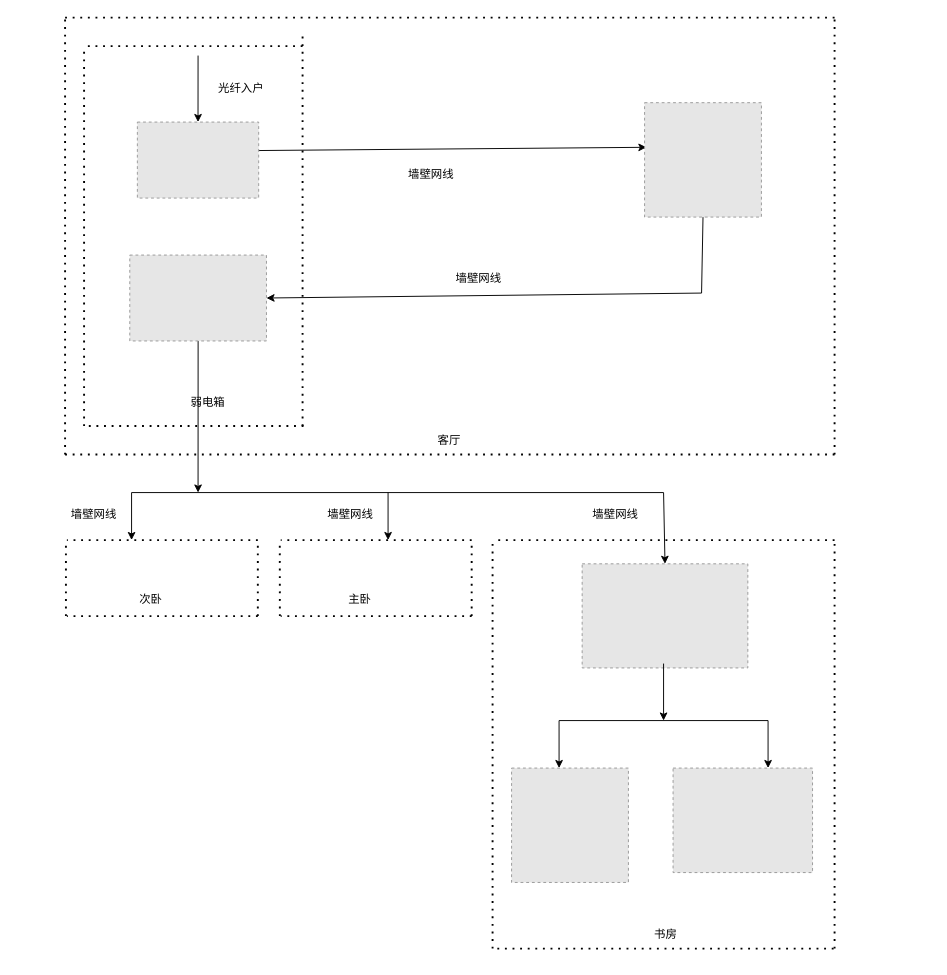
The draw.io diagram 未命名绘图.drawio in Leif160519/Books, before the edit. Source tidied: cells renumbered, new cells numbered last; positions are measured from the earlier drawing's top-left corner, leaving out a move shared by most shapes. Both pictures are drawn from the tidied source at 95%, with x=0, y=0 at pixel (60, 17). Pictures stored in the file or linked from it are replaced by grey dashed boxes.
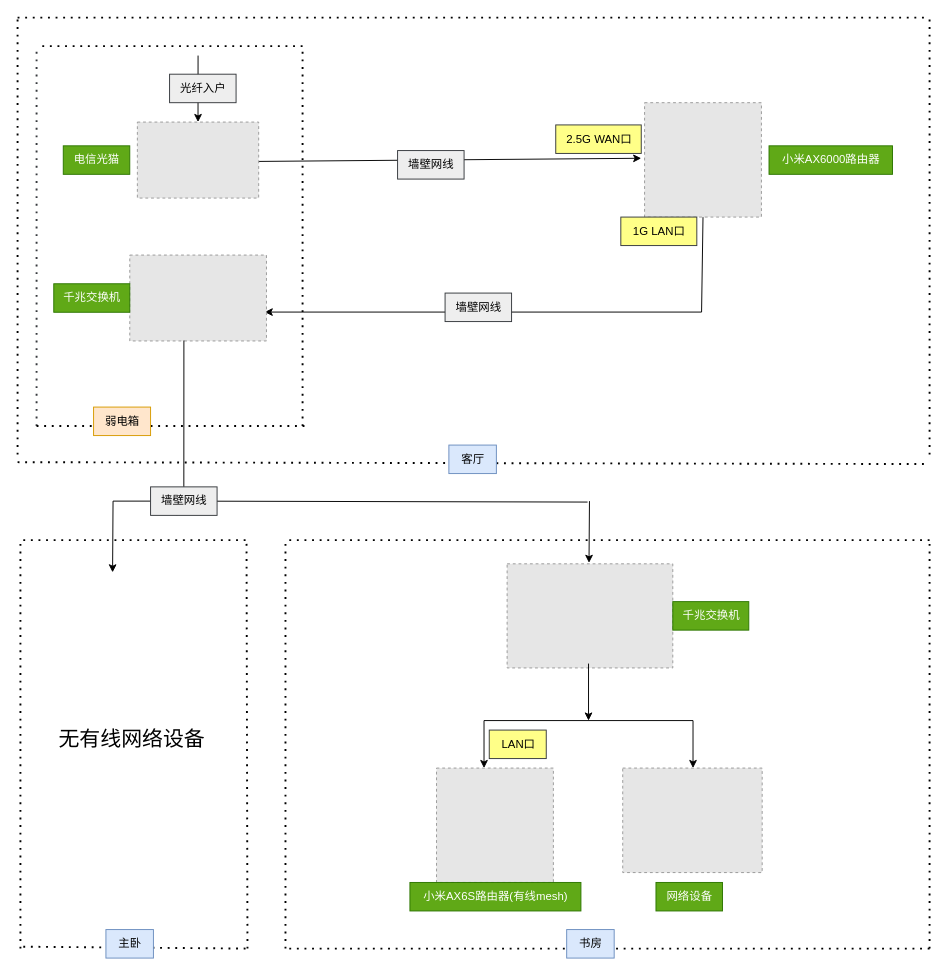
The same diagram, later.

Commit message:
更新未命名绘图.drawio

The change refers to these unchanged cells:
```xml
<mxCell id="14" style="fillColor=#E6E6E6;strokeColor=#999999;dashed=1;verticalLabelPosition=bottom;labelBackgroundColor=default;verticalAlign=top;" parent="1" vertex="1">
  <mxGeometry x="81.1" y="110" width="127.7" height="80" as="geometry" />
</mxCell>
<mxCell id="15" style="fillColor=#E6E6E6;strokeColor=#999999;dashed=1;verticalLabelPosition=bottom;labelBackgroundColor=default;verticalAlign=top;" parent="1" vertex="1">
  <mxGeometry x="73.1" y="250" width="143.9" height="90.4" as="geometry" />
</mxCell>
<mxCell id="16" style="fillColor=#E6E6E6;strokeColor=#999999;dashed=1;verticalLabelPosition=bottom;labelBackgroundColor=default;verticalAlign=top;" parent="1" vertex="1">
  <mxGeometry x="615" y="89.6" width="123" height="120.4" as="geometry" />
</mxCell>
```

Change to the diagram source:
```diff
@@
-    <mxCell id="3" value="光纤入户&lt;br&gt;" style="text;html=1;align=center;verticalAlign=middle;strokeColor=none;fillColor=none;" parent="1" vertex="1">
-      <mxGeometry x="155" y="60" width="70" height="30" as="geometry" />
+    <mxCell id="3" value="光纤入户&lt;br&gt;" style="text;html=1;align=center;verticalAlign=middle;strokeColor=#36393d;fillColor=#eeeeee;" parent="1" vertex="1">
+      <mxGeometry x="115" y="59.6" width="70" height="30" as="geometry" />
     </mxCell>
-    <mxCell id="4" style="endArrow=classic;html=1;rounded=0;entryX=0.016;entryY=0.39;entryDx=0;entryDy=0;entryPerimeter=0;exitX=0.97;exitY=0.375;exitDx=0;exitDy=0;exitPerimeter=0;" parent="1" edge="1" source="14" target="16">
-      <mxGeometry relative="1" as="geometry" />
+    <mxCell id="4" style="endArrow=classic;html=1;rounded=0;entryX=0.016;entryY=0.39;entryDx=0;entryDy=0;entryPerimeter=0;exitX=0.97;exitY=0.375;exitDx=0;exitDy=0;exitPerimeter=0;" parent="1" edge="1">
+      <mxGeometry relative="1" as="geometry">
+        <mxPoint x="199.6" y="151.5" as="sourcePoint" />
+        <mxPoint x="611.5" y="148.1" as="targetPoint" />
+      </mxGeometry>
     </mxCell>
-    <mxCell id="5" value="墙壁网线" style="text;html=1;align=center;verticalAlign=middle;strokeColor=none;fillColor=none;" parent="1" vertex="1">
-      <mxGeometry x="355" y="150" width="70" height="30" as="geometry" />
+    <mxCell id="5" value="墙壁网线" style="text;html=1;align=center;verticalAlign=middle;strokeColor=#36393d;fillColor=#eeeeee;" parent="1" vertex="1">
+      <mxGeometry x="355" y="140" width="70" height="30" as="geometry" />
     </mxCell>
-    <mxCell id="6" style="endArrow=classic;html=1;rounded=0;entryX=1;entryY=0.5;entryDx=0;entryDy=0;exitX=0.5;exitY=1;exitDx=0;exitDy=0;" parent="1" edge="1" source="16" target="15">
+    <mxCell id="6" style="endArrow=classic;html=1;rounded=0;entryX=0.987;entryY=0.664;entryDx=0;entryDy=0;exitX=0.5;exitY=1;exitDx=0;exitDy=0;entryPerimeter=0;" parent="1" edge="1" source="16">
       <mxGeometry relative="1" as="geometry">
+        <mxPoint x="215.1" y="310" as="targetPoint" />
         <Array as="points">
-          <mxPoint x="675" y="290" />
+          <mxPoint x="675" y="310" />
         </Array>
       </mxGeometry>
     </mxCell>
-    <mxCell id="7" value="墙壁网线" style="text;html=1;align=center;verticalAlign=middle;strokeColor=none;fillColor=none;" parent="1" vertex="1">
-      <mxGeometry x="405" y="260" width="70" height="30" as="geometry" />
+    <mxCell id="7" value="墙壁网线" style="text;html=1;align=center;verticalAlign=middle;strokeColor=#36393d;fillColor=#eeeeee;" parent="1" vertex="1">
+      <mxGeometry x="405" y="290" width="70" height="30" as="geometry" />
     </mxCell>
-    <mxCell id="8" style="endArrow=classic;html=1;rounded=0;exitX=0.5;exitY=1;exitDx=0;exitDy=0;" parent="1" edge="1" source="15">
-      <mxGeometry relative="1" as="geometry">
-        <mxPoint x="145" y="500" as="targetPoint" />
-      </mxGeometry>
-    </mxCell>
     <mxCell id="9" style="endArrow=none;dashed=1;html=1;dashPattern=1 3;strokeWidth=2;rounded=0;" parent="1" edge="1">
       <mxGeometry relative="1" as="geometry">
         <mxPoint x="255" y="30" as="sourcePoint" />
-        <mxPoint x="25" y="30" as="targetPoint" />
+        <mxPoint x="-25" y="30" as="targetPoint" />
       </mxGeometry>
     </mxCell>
     <mxCell id="10" style="endArrow=none;dashed=1;html=1;dashPattern=1 3;strokeWidth=2;rounded=0;" parent="1" edge="1">
       <mxGeometry relative="1" as="geometry">
         <mxPoint x="255" y="430" as="sourcePoint" />
-        <mxPoint x="255" y="20" as="targetPoint" />
+        <mxPoint x="255" y="30" as="targetPoint" />
       </mxGeometry>
     </mxCell>
-    <mxCell id="11" style="endArrow=none;dashed=1;html=1;dashPattern=1 3;strokeWidth=2;rounded=0;" parent="1" edge="1">
+    <mxCell id="11" style="endArrow=none;dashed=1;html=1;dashPattern=1 3;strokeWidth=2;rounded=0;fillColor=#ffcc99;strokeColor=#36393d;" parent="1" edge="1">
       <mxGeometry relative="1" as="geometry">
-        <mxPoint x="25" y="430" as="sourcePoint" />
-        <mxPoint x="25" y="30" as="targetPoint" />
+        <mxPoint x="-25" y="430" as="sourcePoint" />
+        <mxPoint x="-25" y="30" as="targetPoint" />
       </mxGeometry>
     </mxCell>
     <mxCell id="12" style="endArrow=none;dashed=1;html=1;dashPattern=1 3;strokeWidth=2;rounded=0;" parent="1" edge="1">
       <mxGeometry relative="1" as="geometry">
-        <mxPoint x="30" y="430" as="sourcePoint" />
+        <mxPoint x="-25" y="430" as="sourcePoint" />
         <mxPoint x="260" y="430" as="targetPoint" />
       </mxGeometry>
     </mxCell>
-    <mxCell id="13" value="弱电箱" style="text;html=1;align=center;verticalAlign=middle;strokeColor=none;fillColor=none;" parent="1" vertex="1">
-      <mxGeometry x="125" y="390" width="60" height="30" as="geometry" />
+    <mxCell id="13" value="弱电箱" style="text;html=1;align=center;verticalAlign=middle;strokeColor=#d79b00;fillColor=#ffe6cc;" parent="1" vertex="1">
+      <mxGeometry x="35" y="410" width="60" height="30" as="geometry" />
     </mxCell>
@@
     <mxCell id="17" style="endArrow=none;dashed=1;html=1;dashPattern=1 3;strokeWidth=2;rounded=0;" parent="1" edge="1">
       <mxGeometry relative="1" as="geometry">
-        <mxPoint x="5" as="sourcePoint" />
-        <mxPoint x="815" as="targetPoint" />
+        <mxPoint x="-45" as="sourcePoint" />
+        <mxPoint x="915" as="targetPoint" />
       </mxGeometry>
     </mxCell>
     <mxCell id="18" style="endArrow=none;dashed=1;html=1;dashPattern=1 3;strokeWidth=2;rounded=0;" parent="1" edge="1">
       <mxGeometry relative="1" as="geometry">
-        <mxPoint x="5" y="460" as="sourcePoint" />
-        <mxPoint x="5" as="targetPoint" />
+        <mxPoint x="-45" y="460" as="sourcePoint" />
+        <mxPoint x="-45" as="targetPoint" />
       </mxGeometry>
     </mxCell>
     <mxCell id="19" style="endArrow=none;dashed=1;html=1;dashPattern=1 3;strokeWidth=2;rounded=0;" parent="1" edge="1">
       <mxGeometry relative="1" as="geometry">
-        <mxPoint x="815" y="460" as="sourcePoint" />
-        <mxPoint x="815" as="targetPoint" />
+        <mxPoint x="915" y="460" as="sourcePoint" />
+        <mxPoint x="915" as="targetPoint" />
       </mxGeometry>
     </mxCell>
     <mxCell id="20" style="endArrow=none;dashed=1;html=1;dashPattern=1 3;strokeWidth=2;rounded=0;" parent="1" edge="1">
       <mxGeometry relative="1" as="geometry">
-        <mxPoint x="5" y="460" as="sourcePoint" />
-        <mxPoint x="815" y="460" as="targetPoint" />
+        <mxPoint x="-45" y="468" as="sourcePoint" />
+        <mxPoint x="915" y="470" as="targetPoint" />
       </mxGeometry>
     </mxCell>
-    <mxCell id="21" style="endArrow=none;dashed=1;html=1;dashPattern=1 3;strokeWidth=2;rounded=0;" parent="1" edge="1">
-      <mxGeometry relative="1" as="geometry">
-        <mxPoint x="5.9" y="630" as="sourcePoint" />
-        <mxPoint x="5.9" y="550" as="targetPoint" />
-      </mxGeometry>
-    </mxCell>
-    <mxCell id="22" value="客厅" style="text;html=1;align=center;verticalAlign=middle;strokeColor=none;fillColor=none;" parent="1" vertex="1">
-      <mxGeometry x="384" y="430" width="50" height="30" as="geometry" />
+    <mxCell id="22" value="客厅" style="text;html=1;align=center;verticalAlign=middle;strokeColor=#6c8ebf;fillColor=#dae8fc;" parent="1" vertex="1">
+      <mxGeometry x="409" y="450" width="50" height="30" as="geometry" />
     </mxCell>
-    <mxCell id="23" style="endArrow=none;dashed=1;html=1;dashPattern=1 3;strokeWidth=2;rounded=0;" parent="1" edge="1">
-      <mxGeometry relative="1" as="geometry">
-        <mxPoint x="207.9" y="550" as="sourcePoint" />
-        <mxPoint x="6.9" y="550" as="targetPoint" />
-      </mxGeometry>
-    </mxCell>
-    <mxCell id="24" style="endArrow=none;dashed=1;html=1;dashPattern=1 3;strokeWidth=2;rounded=0;" parent="1" edge="1">
-      <mxGeometry relative="1" as="geometry">
-        <mxPoint x="207.9" y="630" as="sourcePoint" />
-        <mxPoint x="6.9" y="630" as="targetPoint" />
-      </mxGeometry>
-    </mxCell>
-    <mxCell id="25" style="endArrow=none;dashed=1;html=1;dashPattern=1 3;strokeWidth=2;rounded=0;" parent="1" edge="1">
-      <mxGeometry relative="1" as="geometry">
-        <mxPoint x="207.9" y="630" as="sourcePoint" />
-        <mxPoint x="207.9" y="550" as="targetPoint" />
-      </mxGeometry>
-    </mxCell>
     <mxCell id="26" style="endArrow=none;dashed=1;html=1;dashPattern=1 3;strokeWidth=2;rounded=0;" parent="1" edge="1">
       <mxGeometry relative="1" as="geometry">
-        <mxPoint x="231.1" y="630" as="sourcePoint" />
-        <mxPoint x="231" y="550" as="targetPoint" />
+        <mxPoint x="-42" y="980" as="sourcePoint" />
+        <mxPoint x="-42" y="550" as="targetPoint" />
       </mxGeometry>
     </mxCell>
     <mxCell id="27" style="endArrow=none;dashed=1;html=1;dashPattern=1 3;strokeWidth=2;rounded=0;" parent="1" edge="1">
       <mxGeometry relative="1" as="geometry">
-        <mxPoint x="433" y="550" as="sourcePoint" />
-        <mxPoint x="232" y="550" as="targetPoint" />
+        <mxPoint x="195" y="550" as="sourcePoint" />
+        <mxPoint x="-41" y="550" as="targetPoint" />
       </mxGeometry>
     </mxCell>
     <mxCell id="28" style="endArrow=none;dashed=1;html=1;dashPattern=1 3;strokeWidth=2;rounded=0;" parent="1" edge="1">
       <mxGeometry relative="1" as="geometry">
-        <mxPoint x="433" y="630" as="sourcePoint" />
-        <mxPoint x="232" y="630" as="targetPoint" />
+        <mxPoint x="195" y="980" as="sourcePoint" />
+        <mxPoint x="-41" y="978" as="targetPoint" />
       </mxGeometry>
     </mxCell>
     <mxCell id="29" style="endArrow=none;dashed=1;html=1;dashPattern=1 3;strokeWidth=2;rounded=0;" parent="1" edge="1">
       <mxGeometry relative="1" as="geometry">
-        <mxPoint x="433" y="630" as="sourcePoint" />
-        <mxPoint x="433" y="550" as="targetPoint" />
+        <mxPoint x="197" y="980" as="sourcePoint" />
+        <mxPoint x="196" y="550" as="targetPoint" />
       </mxGeometry>
     </mxCell>
     <mxCell id="30" style="endArrow=none;dashed=1;html=1;dashPattern=1 3;strokeWidth=2;rounded=0;" parent="1" edge="1">
       <mxGeometry relative="1" as="geometry">
-        <mxPoint x="455" y="980" as="sourcePoint" />
-        <mxPoint x="455" y="550" as="targetPoint" />
+        <mxPoint x="237" y="980" as="sourcePoint" />
+        <mxPoint x="237" y="550" as="targetPoint" />
       </mxGeometry>
     </mxCell>
     <mxCell id="31" style="endArrow=none;dashed=1;html=1;dashPattern=1 3;strokeWidth=2;rounded=0;" parent="1" edge="1">
       <mxGeometry relative="1" as="geometry">
-        <mxPoint x="815" y="550" as="sourcePoint" />
-        <mxPoint x="456" y="550" as="targetPoint" />
+        <mxPoint x="915" y="550" as="sourcePoint" />
+        <mxPoint x="235" y="550" as="targetPoint" />
       </mxGeometry>
     </mxCell>
     <mxCell id="32" style="endArrow=none;dashed=1;html=1;dashPattern=1 3;strokeWidth=2;rounded=0;" parent="1" edge="1">
       <mxGeometry relative="1" as="geometry">
-        <mxPoint x="814" y="980" as="sourcePoint" />
-        <mxPoint x="455" y="980" as="targetPoint" />
+        <mxPoint x="915" y="980" as="sourcePoint" />
+        <mxPoint x="235" y="980" as="targetPoint" />
       </mxGeometry>
     </mxCell>
     <mxCell id="33" style="endArrow=none;dashed=1;html=1;dashPattern=1 3;strokeWidth=2;rounded=0;" parent="1" edge="1">
       <mxGeometry relative="1" as="geometry">
-        <mxPoint x="815" y="980" as="sourcePoint" />
-        <mxPoint x="815" y="548" as="targetPoint" />
+        <mxPoint x="915" y="980" as="sourcePoint" />
+        <mxPoint x="915" y="548" as="targetPoint" />
       </mxGeometry>
     </mxCell>
-    <mxCell id="34" value="次卧" style="text;html=1;align=center;verticalAlign=middle;strokeColor=none;fillColor=none;" parent="1" vertex="1">
-      <mxGeometry x="70" y="598" width="50" height="30" as="geometry" />
-    </mxCell>
-    <mxCell id="35" value="主卧" style="text;html=1;align=center;verticalAlign=middle;strokeColor=none;fillColor=none;" parent="1" vertex="1">
-      <mxGeometry x="290" y="598" width="50" height="30" as="geometry" />
+    <mxCell id="35" value="主卧" style="text;html=1;align=center;verticalAlign=middle;strokeColor=#6c8ebf;fillColor=#dae8fc;" parent="1" vertex="1">
+      <mxGeometry x="48" y="960" width="50" height="30" as="geometry" />
     </mxCell>
-    <mxCell id="36" value="书房" style="text;html=1;align=center;verticalAlign=middle;strokeColor=none;fillColor=none;" parent="1" vertex="1">
-      <mxGeometry x="611.5" y="950" width="50" height="30" as="geometry" />
+    <mxCell id="36" value="书房" style="text;html=1;align=center;verticalAlign=middle;strokeColor=#6c8ebf;fillColor=#dae8fc;" parent="1" vertex="1">
+      <mxGeometry x="533" y="960" width="50" height="30" as="geometry" />
     </mxCell>
-    <mxCell id="37" style="endArrow=classic;html=1;rounded=0;" parent="1" edge="1">
-      <mxGeometry relative="1" as="geometry">
-        <mxPoint x="75" y="500" as="sourcePoint" />
-        <mxPoint x="75" y="550" as="targetPoint" />
-      </mxGeometry>
-    </mxCell>
-    <mxCell id="38" style="endArrow=none;html=1;rounded=0;" parent="1" edge="1">
+    <mxCell id="38" style="endArrow=none;html=1;rounded=0;" parent="1" edge="1" source="42">
       <mxGeometry relative="1" as="geometry">
-        <mxPoint x="75" y="500" as="sourcePoint" />
-        <mxPoint x="635" y="500" as="targetPoint" />
+        <mxPoint x="555" y="510" as="targetPoint" />
       </mxGeometry>
     </mxCell>
-    <mxCell id="39" style="endArrow=classic;html=1;rounded=0;" parent="1" edge="1">
-      <mxGeometry relative="1" as="geometry">
-        <mxPoint x="345" y="500" as="sourcePoint" />
-        <mxPoint x="345" y="550" as="targetPoint" />
-      </mxGeometry>
-    </mxCell>
-    <mxCell id="40" style="endArrow=classic;html=1;rounded=0;entryX=0.5;entryY=0;entryDx=0;entryDy=0;" parent="1" edge="1" target="45">
+    <mxCell id="40" style="endArrow=classic;html=1;rounded=0;entryX=0.5;entryY=0;entryDx=0;entryDy=0;" parent="1" edge="1">
       <mxGeometry relative="1" as="geometry">
-        <mxPoint x="635" y="500" as="sourcePoint" />
+        <mxPoint x="557" y="509" as="sourcePoint" />
+        <mxPoint x="556.5" y="574" as="targetPoint" />
       </mxGeometry>
     </mxCell>
-    <mxCell id="41" value="墙壁网线" style="text;html=1;align=center;verticalAlign=middle;strokeColor=none;fillColor=none;" parent="1" vertex="1">
-      <mxGeometry y="508" width="70" height="30" as="geometry" />
-    </mxCell>
-    <mxCell id="42" value="墙壁网线" style="text;html=1;align=center;verticalAlign=middle;points=[];strokeColor=none;fillColor=none;" parent="1" vertex="1">
-      <mxGeometry x="270" y="508" width="70" height="30" as="geometry" />
-    </mxCell>
-    <mxCell id="43" value="墙壁网线" style="text;html=1;align=center;verticalAlign=middle;strokeColor=none;fillColor=none;" parent="1" vertex="1">
-      <mxGeometry x="549.3" y="508" width="70" height="30" as="geometry" />
-    </mxCell>
     <mxCell id="44" style="fillColor=#E6E6E6;strokeColor=#999999;dashed=1;verticalLabelPosition=bottom;labelBackgroundColor=default;verticalAlign=top;" parent="1" vertex="1">
-      <mxGeometry x="475" y="790" width="123" height="120.4" as="geometry" />
+      <mxGeometry x="396" y="790" width="123" height="120.4" as="geometry" />
     </mxCell>
     <mxCell id="45" style="fillColor=#E6E6E6;strokeColor=#999999;dashed=1;verticalLabelPosition=bottom;labelBackgroundColor=default;verticalAlign=top;" parent="1" vertex="1">
-      <mxGeometry x="549.3" y="575" width="174.4" height="109.6" as="geometry" />
+      <mxGeometry x="470.3" y="575" width="174.4" height="109.6" as="geometry" />
     </mxCell>
     <mxCell id="46" style="endArrow=classic;html=1;rounded=0;" parent="1" edge="1">
       <mxGeometry relative="1" as="geometry">
-        <mxPoint x="635" y="680" as="sourcePoint" />
-        <mxPoint x="635" y="740" as="targetPoint" />
+        <mxPoint x="556" y="680" as="sourcePoint" />
+        <mxPoint x="556" y="740" as="targetPoint" />
       </mxGeometry>
     </mxCell>
     <mxCell id="47" style="endArrow=classic;html=1;rounded=0;" parent="1" edge="1">
       <mxGeometry relative="1" as="geometry">
-        <mxPoint x="525" y="740" as="sourcePoint" />
-        <mxPoint x="525" y="790" as="targetPoint" />
+        <mxPoint x="446" y="740" as="sourcePoint" />
+        <mxPoint x="446" y="790" as="targetPoint" />
       </mxGeometry>
     </mxCell>
     <mxCell id="48" style="endArrow=none;html=1;rounded=0;" parent="1" edge="1">
       <mxGeometry relative="1" as="geometry">
-        <mxPoint x="525" y="740" as="sourcePoint" />
-        <mxPoint x="745" y="740" as="targetPoint" />
+        <mxPoint x="446" y="740" as="sourcePoint" />
+        <mxPoint x="666" y="740" as="targetPoint" />
       </mxGeometry>
     </mxCell>
     <mxCell id="49" style="endArrow=classic;html=1;rounded=0;" parent="1" edge="1">
       <mxGeometry relative="1" as="geometry">
-        <mxPoint x="745" y="740" as="sourcePoint" />
-        <mxPoint x="745" y="790" as="targetPoint" />
+        <mxPoint x="666" y="740" as="sourcePoint" />
+        <mxPoint x="666" y="790" as="targetPoint" />
       </mxGeometry>
     </mxCell>
     <mxCell id="50" style="fillColor=#E6E6E6;strokeColor=#999999;dashed=1;verticalLabelPosition=bottom;labelBackgroundColor=default;verticalAlign=top;" parent="1" vertex="1">
-      <mxGeometry x="645" y="790" width="146.8" height="110" as="geometry" />
+      <mxGeometry x="592" y="790" width="146.8" height="110" as="geometry" />
     </mxCell>
+    <mxCell id="51" value="电信光猫" style="text;html=1;align=center;verticalAlign=middle;strokeColor=#2D7600;fillColor=#60a917;fontColor=#ffffff;" parent="1" vertex="1">
+      <mxGeometry x="3.1" y="135" width="70" height="30" as="geometry" />
+    </mxCell>
+    <mxCell id="52" value="千兆交换机" style="text;html=1;align=center;verticalAlign=middle;strokeColor=#2D7600;fillColor=#60a917;fontColor=#ffffff;" parent="1" vertex="1">
+      <mxGeometry x="-6.9" y="280.2" width="80" height="30" as="geometry" />
+    </mxCell>
+    <mxCell id="53" value="小米AX6000路由器" style="text;html=1;align=center;verticalAlign=middle;strokeColor=#2D7600;fillColor=#60a917;fontColor=#ffffff;" parent="1" vertex="1">
+      <mxGeometry x="746" y="135" width="130" height="30" as="geometry" />
+    </mxCell>
+    <mxCell id="54" value="千兆交换机" style="text;html=1;align=center;verticalAlign=middle;strokeColor=#2D7600;fillColor=#60a917;fontColor=#ffffff;" parent="1" vertex="1">
+      <mxGeometry x="644.7" y="614.8" width="80" height="30" as="geometry" />
+    </mxCell>
+    <mxCell id="55" value="小米AX6S路由器(有线mesh)" style="text;html=1;align=center;verticalAlign=middle;strokeColor=#2D7600;fillColor=#60a917;fontColor=#ffffff;" parent="1" vertex="1">
+      <mxGeometry x="368" y="910.4" width="180" height="30" as="geometry" />
+    </mxCell>
+    <mxCell id="56" value="网络设备" style="text;html=1;align=center;verticalAlign=middle;strokeColor=#2D7600;fillColor=#60a917;fontColor=#ffffff;" parent="1" vertex="1">
+      <mxGeometry x="627" y="910.4" width="70" height="30" as="geometry" />
+    </mxCell>
+    <mxCell id="57" value="2.5G WAN口" style="text;html=1;align=center;verticalAlign=middle;strokeColor=#36393d;fillColor=#ffff88;" parent="1" vertex="1">
+      <mxGeometry x="521.5" y="113" width="90" height="30" as="geometry" />
+    </mxCell>
+    <mxCell id="58" value="1G LAN口" style="text;html=1;align=center;verticalAlign=middle;strokeColor=#36393d;fillColor=#ffff88;" parent="1" vertex="1">
+      <mxGeometry x="590" y="210" width="80" height="30" as="geometry" />
+    </mxCell>
+    <mxCell id="59" value="LAN口" style="text;html=1;align=center;verticalAlign=middle;strokeColor=#36393d;fillColor=#ffff88;" parent="1" vertex="1">
+      <mxGeometry x="451.5" y="750" width="60" height="30" as="geometry" />
+    </mxCell>
+    <mxCell id="60" style="endArrow=none;html=1;rounded=0;entryX=0.396;entryY=0.995;entryDx=0;entryDy=0;entryPerimeter=0;" parent="1" edge="1" source="42" target="15">
+      <mxGeometry relative="1" as="geometry" />
+    </mxCell>
+    <mxCell id="61" style="endArrow=none;html=1;rounded=0;entryX=0.396;entryY=0.995;entryDx=0;entryDy=0;entryPerimeter=0;" parent="1" edge="1" target="42">
+      <mxGeometry relative="1" as="geometry">
+        <mxPoint x="130" y="500" as="sourcePoint" />
+      </mxGeometry>
+    </mxCell>
+    <mxCell id="62" style="edgeStyle=orthogonalEdgeStyle;rounded=0;jettySize=auto;html=1;" parent="1" edge="1" source="42">
+      <mxGeometry relative="1" as="geometry">
+        <mxPoint x="55" y="584" as="targetPoint" />
+      </mxGeometry>
+    </mxCell>
+    <mxCell id="42" value="墙壁网线" style="text;html=1;align=center;verticalAlign=middle;points=[];strokeColor=#36393d;fillColor=#eeeeee;" parent="1" vertex="1">
+      <mxGeometry x="95" y="494" width="70" height="30" as="geometry" />
+    </mxCell>
+    <mxCell id="63" value="无有线网络设备" style="text;html=1;align=center;verticalAlign=middle;strokeColor=none;fillColor=none;fontSize=22;" parent="1" vertex="1">
+      <mxGeometry x="-15" y="740" width="180" height="40" as="geometry" />
+    </mxCell>
```
